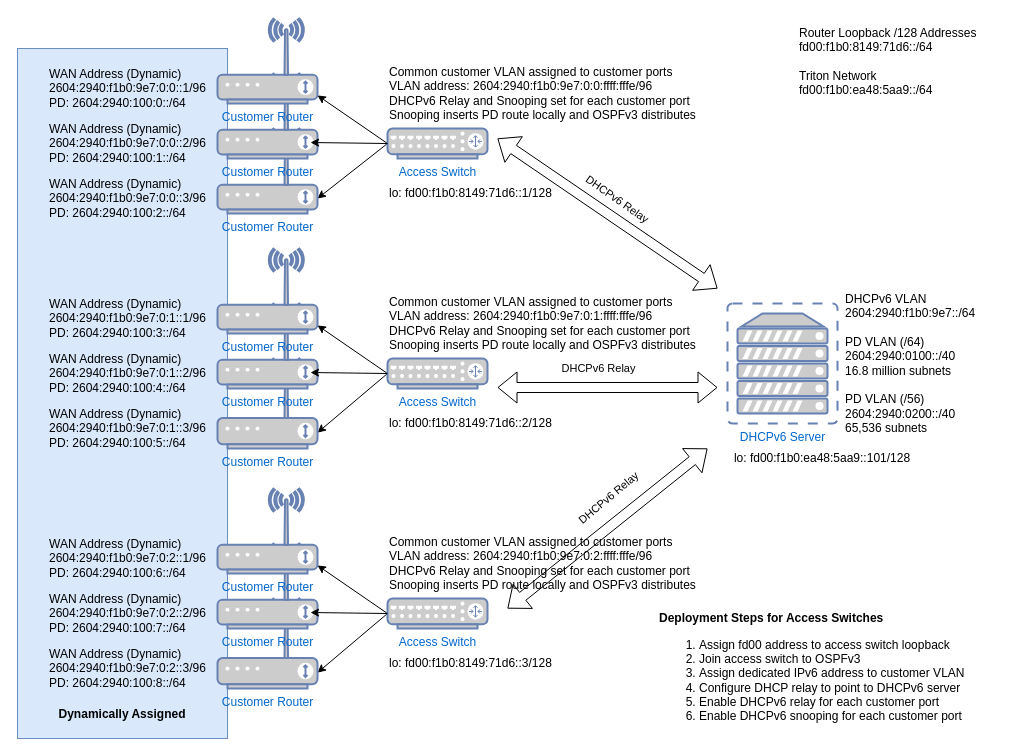
This is architecture.drawio from justindthomas/diagrams, a draw.io file, before an edit. Source tidied: cells renumbered, new cells numbered last; positions are measured from the earlier drawing's top-left corner, leaving out a move shared by most shapes. Both pictures are drawn from the tidied source at 100%, with x=0, y=0 at pixel (17, 18).
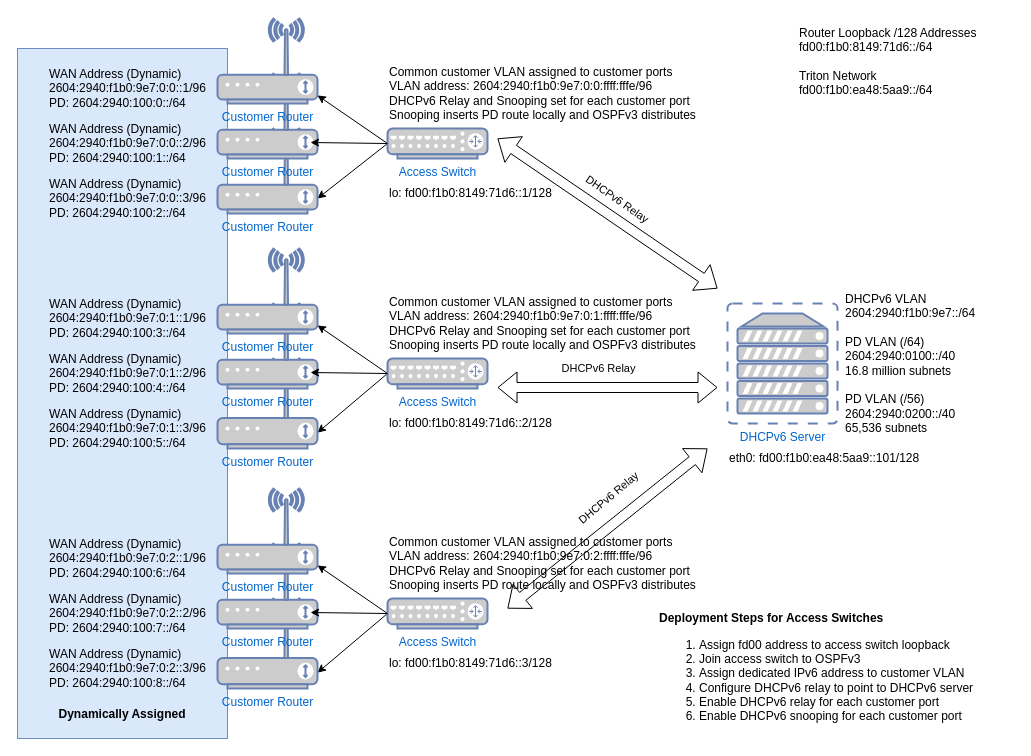
After the change.

The edit, as a diff of the source:
```diff
@@
-    <mxCell id="38" value="lo: fd00:f1b0:ea48:5aa9::101/128" style="text;strokeColor=none;align=center;fillColor=none;html=1;verticalAlign=middle;whiteSpace=wrap;rounded=0;" parent="1" vertex="1">
-      <mxGeometry x="710" y="425" width="190" height="30" as="geometry" />
+    <mxCell id="38" value="eth0: fd00:f1b0:ea48:5aa9::101/128" style="text;strokeColor=none;align=left;fillColor=none;html=1;verticalAlign=middle;whiteSpace=wrap;rounded=0;" parent="1" vertex="1">
+      <mxGeometry x="710" y="425" width="220" height="30" as="geometry" />
     </mxCell>
@@
-    <mxCell id="48" value="&lt;div&gt;&lt;b&gt;Deployment Steps for Access Switches&lt;/b&gt;&lt;br&gt;&lt;/div&gt;&lt;ol&gt;&lt;li&gt;Assign fd00 address to access switch loopback&lt;/li&gt;&lt;li&gt;Join access switch to OSPFv3&lt;/li&gt;&lt;li&gt;Assign dedicated IPv6 address to customer VLAN&lt;/li&gt;&lt;li&gt;Configure DHCP relay to point to DHCPv6 server&lt;br&gt;&lt;/li&gt;&lt;li&gt;Enable DHCPv6 relay for each customer port&lt;br&gt;&lt;/li&gt;&lt;li&gt;Enable DHCPv6 snooping for each customer port&lt;/li&gt;&lt;/ol&gt;" style="text;strokeColor=none;align=left;fillColor=none;html=1;verticalAlign=middle;whiteSpace=wrap;rounded=0;" parent="1" vertex="1">
+    <mxCell id="48" value="&lt;div&gt;&lt;b&gt;Deployment Steps for Access Switches&lt;/b&gt;&lt;br&gt;&lt;/div&gt;&lt;ol&gt;&lt;li&gt;Assign fd00 address to access switch loopback&lt;/li&gt;&lt;li&gt;Join access switch to OSPFv3&lt;/li&gt;&lt;li&gt;Assign dedicated IPv6 address to customer VLAN&lt;/li&gt;&lt;li&gt;Configure DHCPv6 relay to point to DHCPv6 server&lt;br&gt;&lt;/li&gt;&lt;li&gt;Enable DHCPv6 relay for each customer port&lt;br&gt;&lt;/li&gt;&lt;li&gt;Enable DHCPv6 snooping for each customer port&lt;/li&gt;&lt;/ol&gt;" style="text;strokeColor=none;align=left;fillColor=none;html=1;verticalAlign=middle;whiteSpace=wrap;rounded=0;" parent="1" vertex="1">
       <mxGeometry x="640" y="610" width="340" height="90" as="geometry" />
     </mxCell>
```
